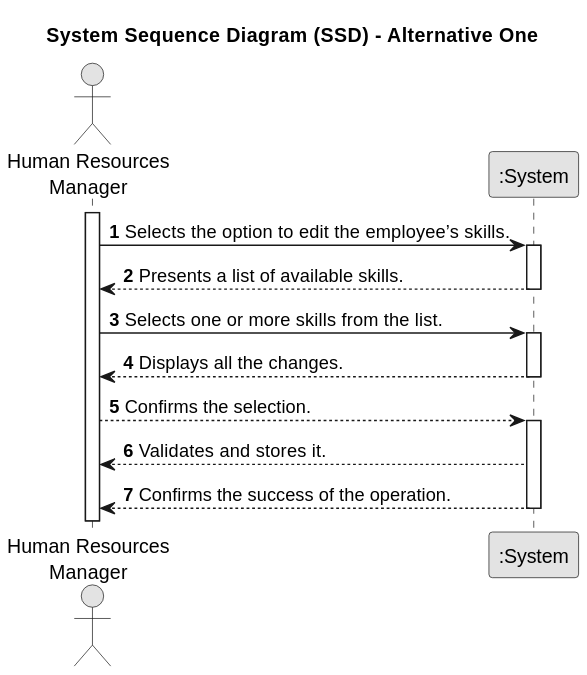
The PlantUML diagram docs/sprintB/us004/01.requirements-engineering/svg/us004-system-sequence-diagram-alternative-one.svg in SAEmanuel/Green_Spaces_Management_ISEP, before a commit. The source it was exported from:
```plantuml
@startuml
skinparam monochrome true
skinparam packageStyle rectangle
skinparam shadowing false

title System Sequence Diagram (SSD) - Alternative One

autonumber

actor "Human Resources\nManager" as HRM
participant ":System" as System

activate HRM


     HRM -> System : Selects the option to edit the employee’s skills.
    activate System

        System --> HRM : Presents a list of available skills.
    deactivate System

        HRM -> System : Selects one or more skills from the list.
    activate System

    System --> HRM : Displays all the changes.
    deactivate System

    HRM --> System : Confirms the selection.
    activate System

    System --> HRM : Validates and stores it.


    System --> HRM : Confirms the success of the operation.
    deactivate System
@enduml
```
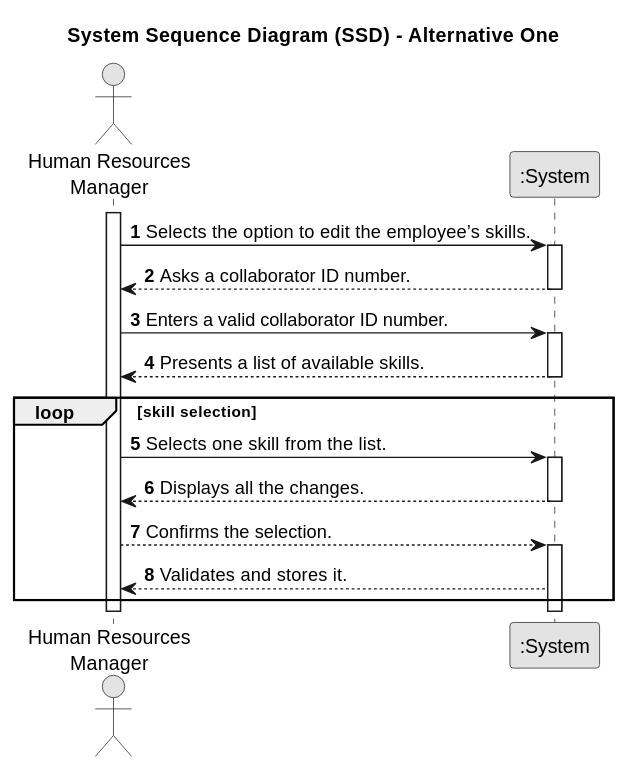
The same diagram one commit later.

Commit message:
US 04: Requirements SSD update v3

Diff of the diagram source:
```diff
@@ -16,10 +16,17 @@
      HRM -> System : Selects the option to edit the employee’s skills.
     activate System
 
+    System --> HRM : Asks a collaborator ID number.
+        deactivate System
+
+    HRM -> System : Enters a valid collaborator ID number.
+         activate System
+
         System --> HRM : Presents a list of available skills.
     deactivate System
 
-        HRM -> System : Selects one or more skills from the list.
+        loop skill selection
+        HRM -> System : Selects one skill from the list.
     activate System
 
     System --> HRM : Displays all the changes.
@@ -29,8 +36,5 @@
     activate System
 
     System --> HRM : Validates and stores it.
-
-
-    System --> HRM : Confirms the success of the operation.
-    deactivate System
+     end
 @enduml
```
